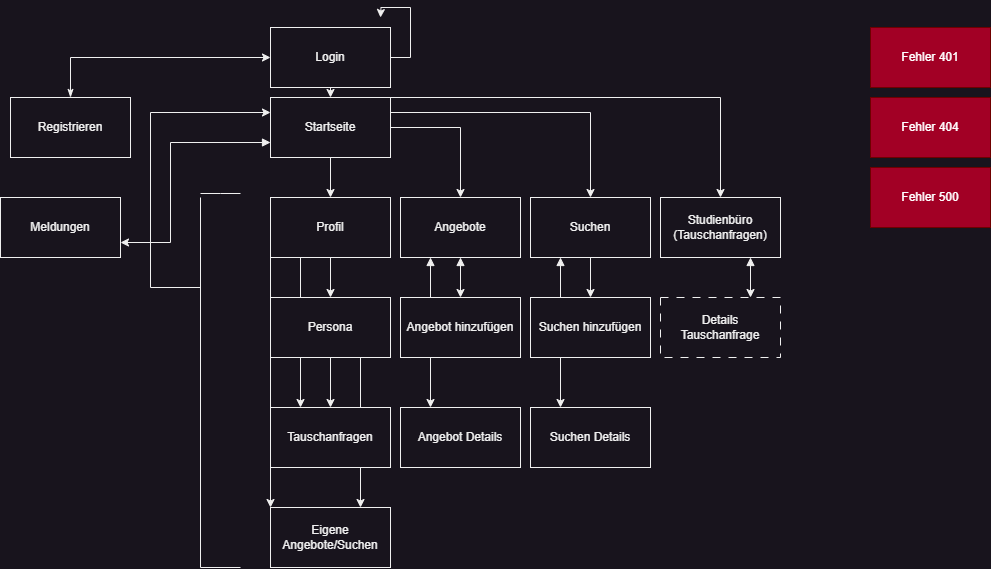
Earlier version of the draw.io export Notes/Seitenstruktur Tauschtool.png (FynnKlette/Project-FSWD). Source tidied: cells renumbered, new cells last; positions are measured from the earlier drawing's top-left corner, leaving out a move shared by most shapes.
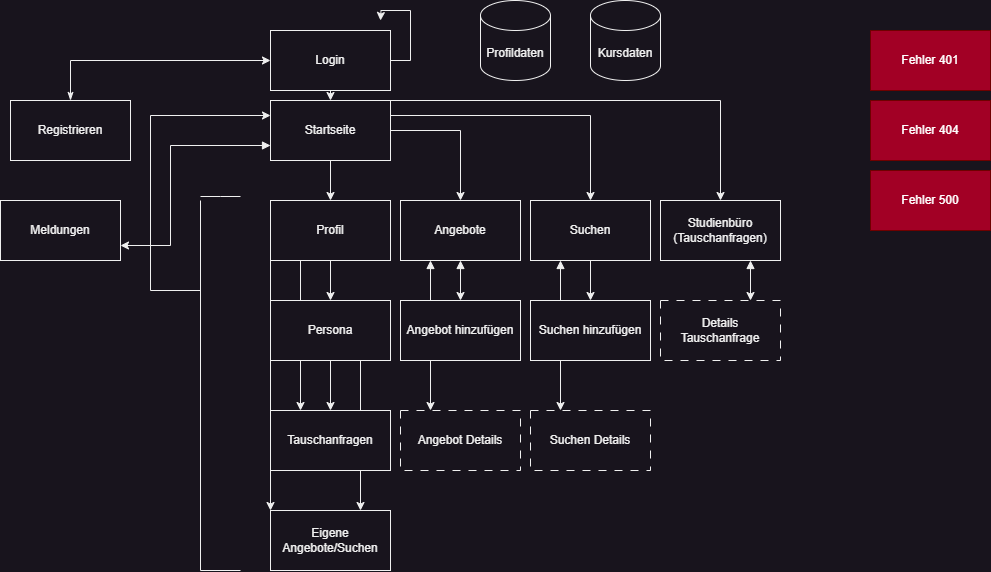
Above is the later version.

Commit message:
Update Site Structure Concept

The edit, as a diff of the source:
```diff
@@ -112,10 +112,10 @@
     <mxCell id="34" value="Suchen hinzufügen" style="rounded=0;whiteSpace=wrap;html=1;" parent="1" vertex="1">
       <mxGeometry x="530" y="280" width="120" height="60" as="geometry" />
     </mxCell>
-    <mxCell id="35" value="Angebot Details" style="rounded=0;whiteSpace=wrap;html=1;" parent="1" vertex="1">
+    <mxCell id="35" value="Angebot Details" style="rounded=0;whiteSpace=wrap;html=1;dashed=1;dashPattern=8 8;" parent="1" vertex="1">
       <mxGeometry x="400" y="390" width="120" height="60" as="geometry" />
     </mxCell>
-    <mxCell id="36" value="Suchen Details" style="rounded=0;whiteSpace=wrap;html=1;" parent="1" vertex="1">
+    <mxCell id="36" value="Suchen Details" style="rounded=0;whiteSpace=wrap;html=1;dashed=1;dashPattern=8 8;" parent="1" vertex="1">
       <mxGeometry x="530" y="390" width="120" height="60" as="geometry" />
     </mxCell>
     <mxCell id="37" style="endArrow=none;html=1;rounded=0;" parent="1" edge="1">
@@ -154,5 +154,11 @@
     <mxCell id="42" value="Meldungen" style="rounded=0;whiteSpace=wrap;html=1;" parent="1" vertex="1">
       <mxGeometry y="180" width="120" height="60" as="geometry" />
     </mxCell>
+    <mxCell id="43" value="Profildaten" style="shape=cylinder3;whiteSpace=wrap;html=1;boundedLbl=1;backgroundOutline=1;size=15;" parent="1" vertex="1">
+      <mxGeometry x="480" y="-20" width="70" height="80" as="geometry" />
+    </mxCell>
+    <mxCell id="44" value="Kursdaten" style="shape=cylinder3;whiteSpace=wrap;html=1;boundedLbl=1;backgroundOutline=1;size=15;" parent="1" vertex="1">
+      <mxGeometry x="590" y="-20" width="70" height="80" as="geometry" />
+    </mxCell>
   </root>
 </mxGraphModel>
```
